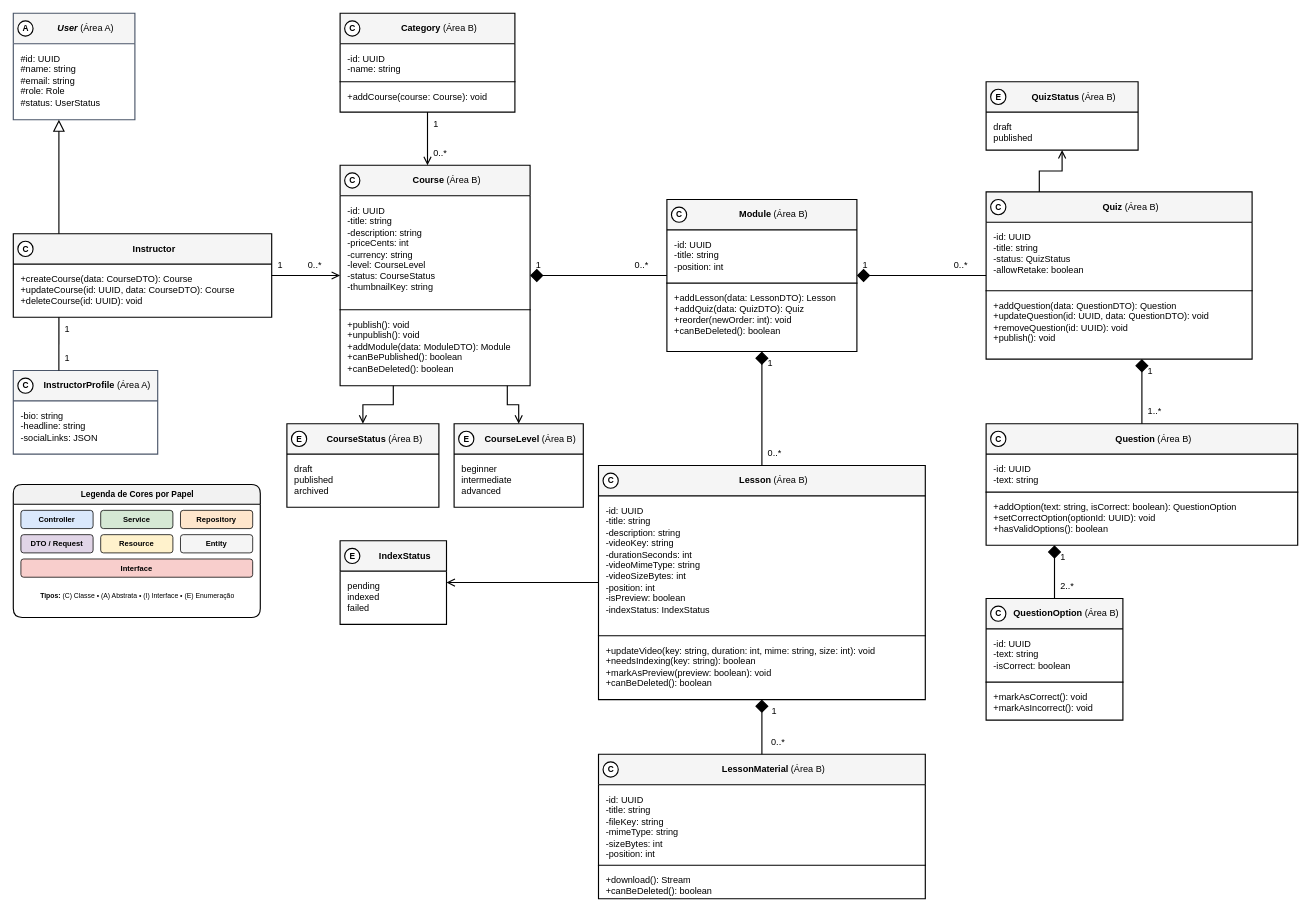
Plataforma-de-Cursos-TCC/plataforma-cursos-docs keeps this draw.io diagram as especificacao/diagramas/13-classes-area-b-negocial.drawio. Above is the earlier version. Source tidied: cells renumbered, new cells numbered last; positions are measured from the earlier drawing's top-left corner, leaving out a move shared by most shapes. Both pictures are drawn from the tidied source at 76%, with x=0, y=0 at pixel (13, 13).
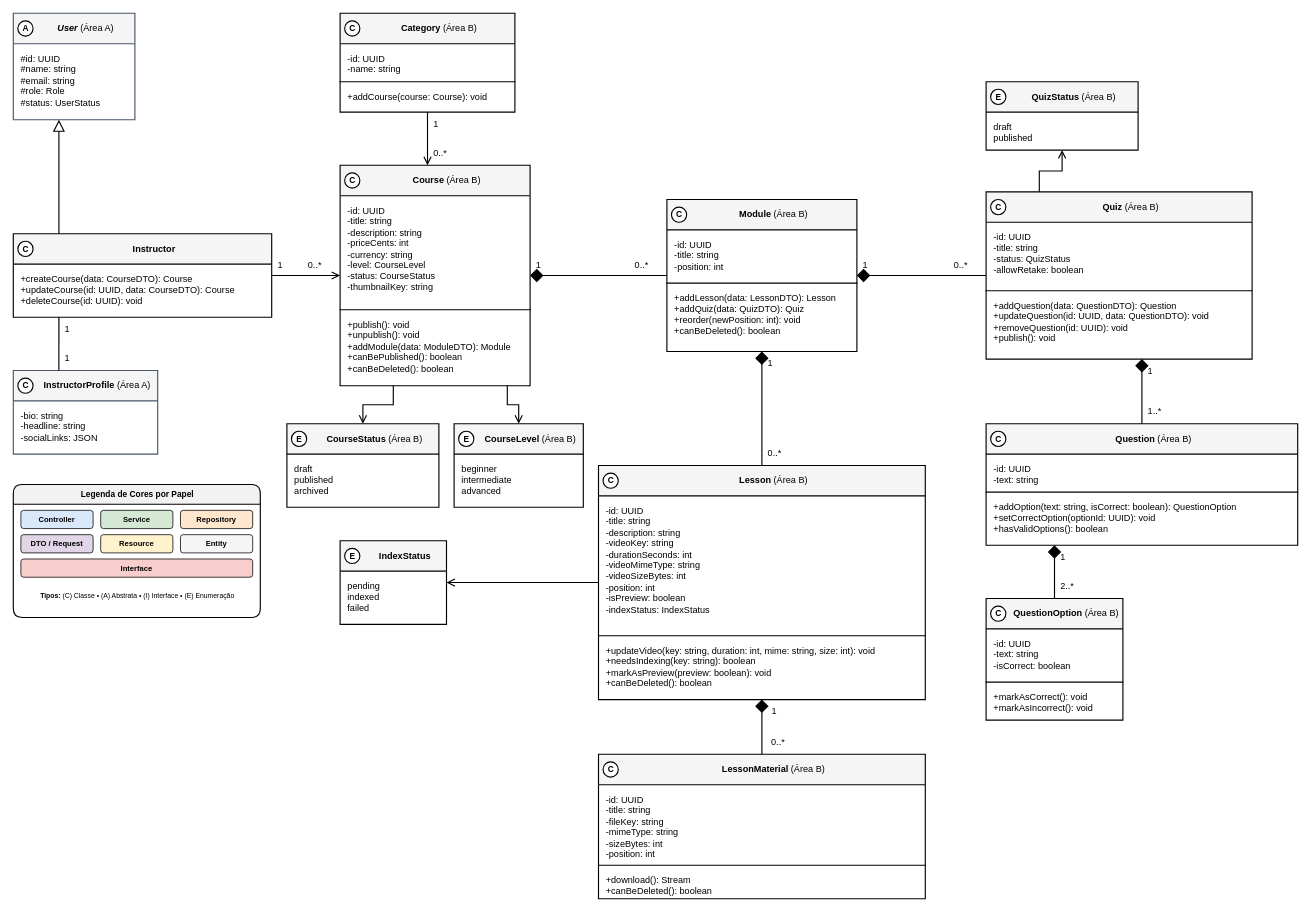
The same diagram, later.

The change refers to these unchanged cells:
```xml
<mxCell id="14" value="&lt;b&gt;Module&lt;/b&gt; (Área B)" style="swimlane;html=1;fontStyle=0;align=center;verticalAlign=middle;startSize=40;fillColor=#F5F5F5;swimlaneFillColor=#FFFFFF;strokeColor=#000000;strokeWidth=1.5;fontFamily=Helvetica;fontSize=12;fontColor=#000000;rounded=0;spacingLeft=30;" parent="1" vertex="1">
  <mxGeometry x="860" y="245" width="250" height="200" as="geometry" />
</mxCell>
```

Change to the diagram source:
```diff
@@
-    <mxCell id="16" value="+addLesson(data: LessonDTO): Lesson&lt;br&gt;+addQuiz(data: QuizDTO): Quiz&lt;br&gt;+reorder(newOrder: int): void&lt;br&gt;+canBeDeleted(): boolean" style="shape=partialRectangle;top=1;bottom=0;left=0;right=0;text;html=1;strokeColor=#000000;strokeWidth=1.5;fillColor=none;align=left;verticalAlign=top;spacingLeft=8;spacingRight=8;spacingTop=6;fontSize=12;fontFamily=Helvetica;fontColor=#000000;" parent="14" vertex="1">
+    <mxCell id="16" value="+addLesson(data: LessonDTO): Lesson&lt;br&gt;+addQuiz(data: QuizDTO): Quiz&lt;br&gt;+reorder(newPosition: int): void&lt;br&gt;+canBeDeleted(): boolean" style="shape=partialRectangle;top=1;bottom=0;left=0;right=0;text;html=1;strokeColor=#000000;strokeWidth=1.5;fillColor=none;align=left;verticalAlign=top;spacingLeft=8;spacingRight=8;spacingTop=6;fontSize=12;fontFamily=Helvetica;fontColor=#000000;" parent="14" vertex="1">
       <mxGeometry y="110" width="250" height="90" as="geometry" />
     </mxCell>
```
